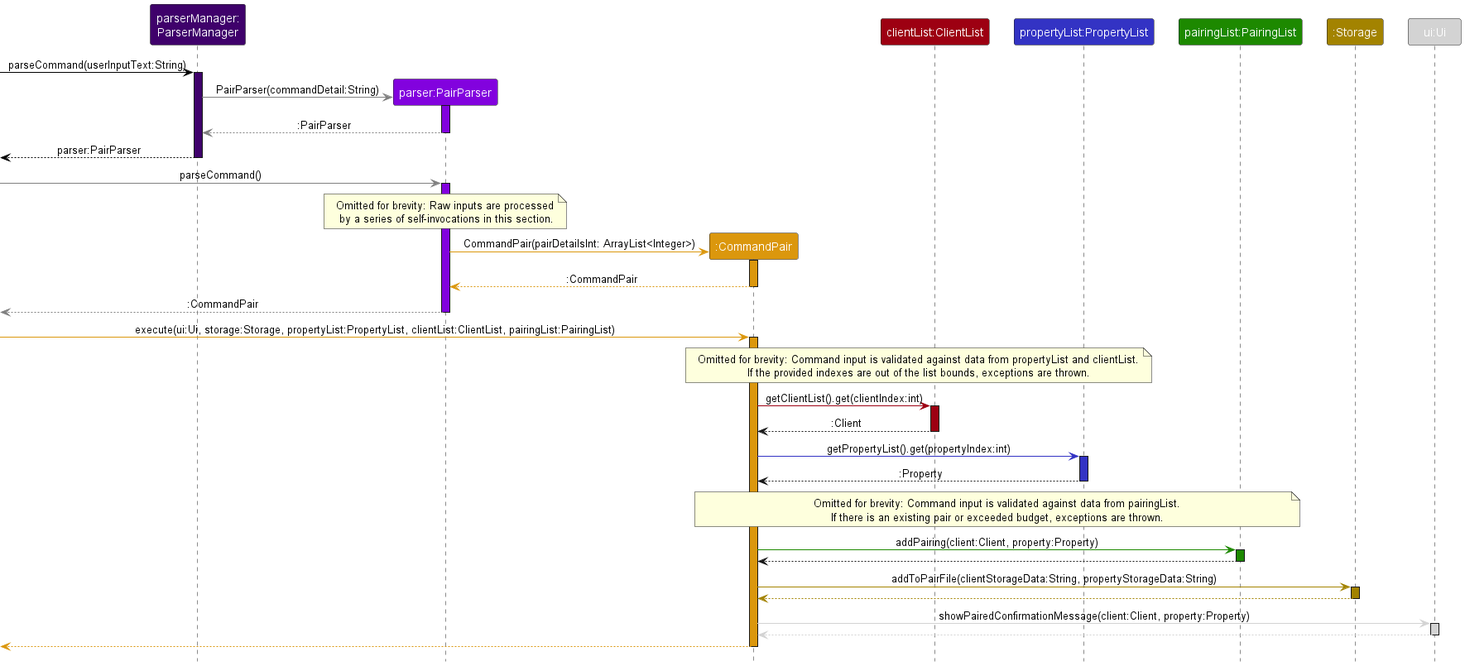
Earlier version of the PlantUML export docs/diagrams/PairingListPairSD.png (nus-cs2113-AY2223S1/tp).
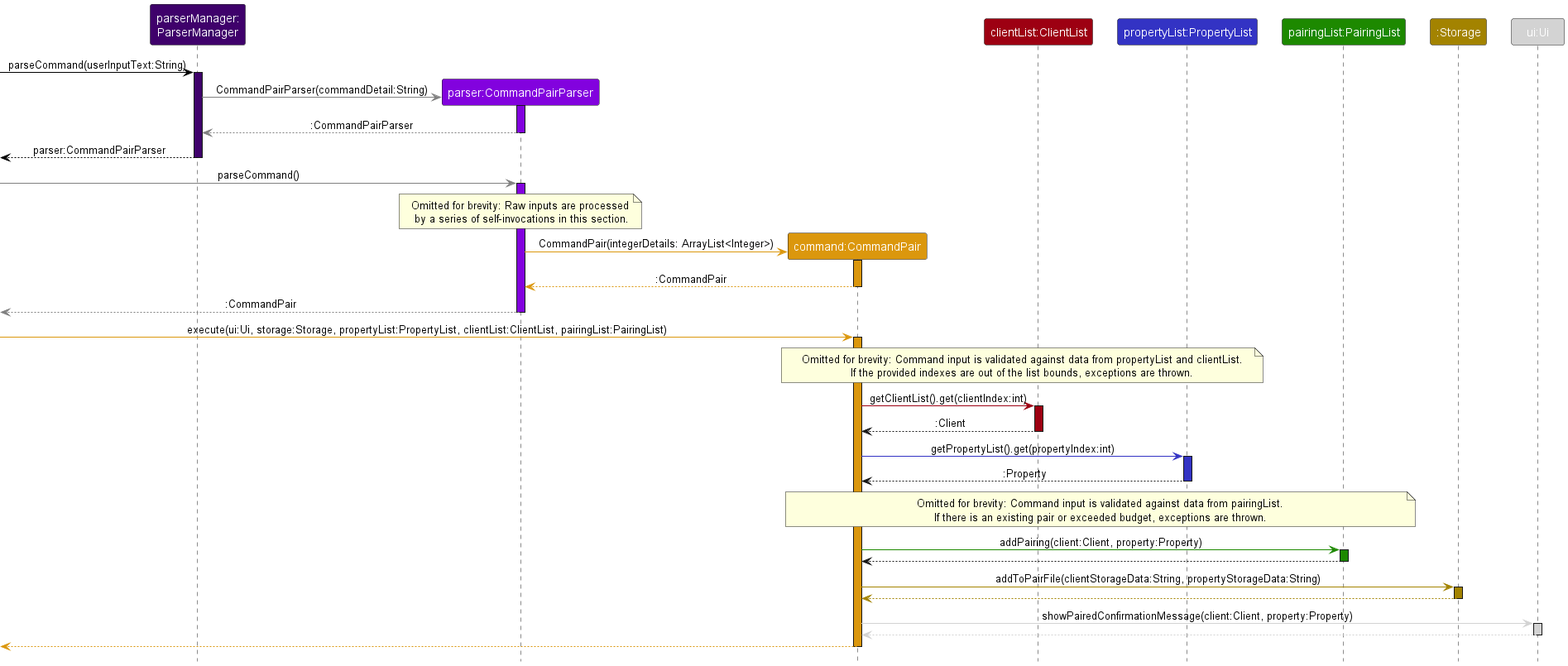
Later version of the same file.

Commit message:
Update DG UML diagrams to reflect refactoring

Change to the diagram source:
```diff
@@ -4,8 +4,8 @@
 skinparam SequenceReferenceBackgroundColor #white
 
 Participant "parserManager:\nParserManager" as ParserManager PARSER_COLOR_T4
-Participant "parser:PairParser" as Parser PARSER_COLOR
-Participant ":CommandPair" as CommandPair COMMAND_COLOR
+Participant "parser:CommandPairParser" as Parser PARSER_COLOR
+Participant "command:CommandPair" as CommandPair COMMAND_COLOR
 Participant "clientList:ClientList" as ClientList CLIENT_LIST_COLOR
 Participant "propertyList:PropertyList" as PropertyList PROPERTY_LIST_COLOR
 Participant "pairingList:PairingList" as PairingList PAIRING_LIST_COLOR
@@ -17,17 +17,17 @@
 activate ParserManager PARSER_COLOR_T4
 
 create Parser
-ParserManager-[DUKE_COLOR]> Parser : PairParser(commandDetail:String)
+ParserManager-[DUKE_COLOR]> Parser : CommandPairParser(commandDetail:String)
 activate Parser PARSER_COLOR
-return :PairParser
-return parser:PairParser
+return :CommandPairParser
+return parser:CommandPairParser
 
 -[DUKE_COLOR]> Parser : parseCommand()
 activate Parser PARSER_COLOR
 note over Parser: Omitted for brevity: Raw inputs are processed\n by a series of self-invocations in this section.
 
 create CommandPair
-Parser -[COMMAND_COLOR]> CommandPair : CommandPair(pairDetailsInt: ArrayList<Integer>)
+Parser -[COMMAND_COLOR]> CommandPair : CommandPair(integerDetails: ArrayList<Integer>)
 activate CommandPair COMMAND_COLOR
 return :CommandPair
 return :CommandPair
```
